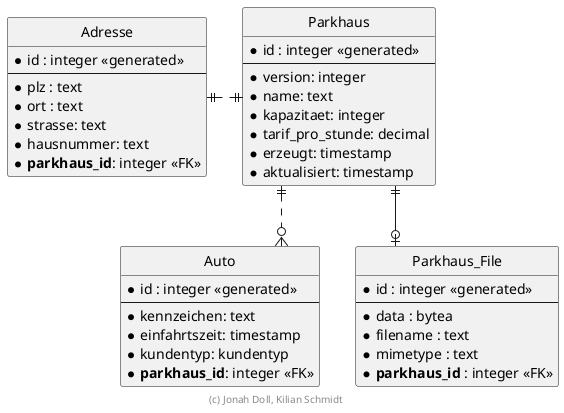
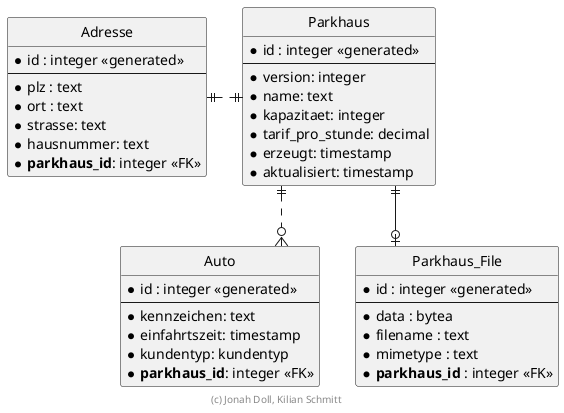
@startuml ER Diagramm

' hide the spot
hide circle

' evtl. Prbleme mit Kraehenfuessen vermeiden
skinparam linetype ortho

entity "Parkhaus" {
  * id : integer <<generated>>
  --
  * version: integer
  * name: text
  * kapazitaet: integer
  * tarif_pro_stunde: decimal
  * erzeugt: timestamp
  * aktualisiert: timestamp
}

entity "Adresse" {
  * id : integer <<generated>>
  --
  * plz : text
  * ort : text
  * strasse: text
  * hausnummer: text
  * **parkhaus_id**: integer <<FK>>
}

entity "Auto" {
  * id : integer <<generated>>
  --
  * kennzeichen: text
  * einfahrtszeit: timestamp
  * kundentyp: kundentyp
  * **parkhaus_id**: integer <<FK>>
}

entity "Parkhaus_File" {
  * id : integer <<generated>>
  --
  * data : bytea
  * filename : text
  * mimetype : text
  * **parkhaus_id** : integer <<FK>>
}

Parkhaus ||.left.|| Adresse
Parkhaus ||..o{ Auto
Parkhaus ||--o| Parkhaus_File

- footer (c) Jonah Doll, Kilian Schmidt
+ footer (c) Jonah Doll, Kilian Schmitt

@enduml
